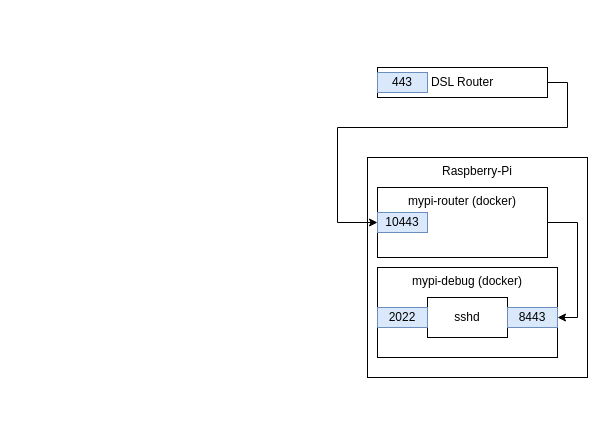
The draw.io diagram docs/mypi-debug.drawio in dueckminor/mypi-tools, before the edit. Source tidied: cells renumbered, new cells numbered last; positions are measured from the earlier drawing's top-left corner, leaving out a move shared by most shapes. Both pictures are drawn from the tidied source at 100%, with x=0, y=0 at pixel (337, 67).
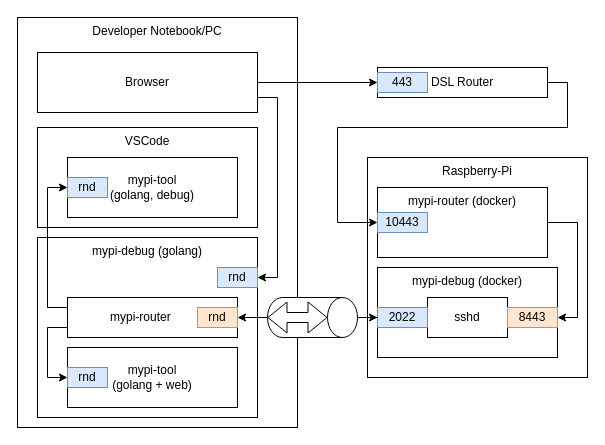
The same diagram, later.

Unchanged cells that the change refers to:
```xml
<mxCell id="9" value="443" style="rounded=0;whiteSpace=wrap;html=1;fillColor=#dae8fc;strokeColor=#6c8ebf;" parent="1" vertex="1">
  <mxGeometry x="40" y="5" width="50" height="20" as="geometry" />
</mxCell>
<mxCell id="11" value="2022" style="rounded=0;whiteSpace=wrap;html=1;fillColor=#dae8fc;strokeColor=#6c8ebf;" parent="1" vertex="1">
  <mxGeometry x="40" y="240" width="50" height="20" as="geometry" />
</mxCell>
```

Change to the diagram source:
```diff
@@
-    <mxCell id="12" value="8443" style="rounded=0;whiteSpace=wrap;html=1;fillColor=#dae8fc;strokeColor=#6c8ebf;" parent="1" vertex="1">
+    <mxCell id="12" value="8443" style="rounded=0;whiteSpace=wrap;html=1;fillColor=#ffe6cc;strokeColor=#d79b00;" parent="1" vertex="1">
       <mxGeometry x="170" y="240" width="50" height="20" as="geometry" />
     </mxCell>
+    <mxCell id="13" value="Developer Notebook/PC" style="rounded=0;whiteSpace=wrap;html=1;verticalAlign=top;" parent="1" vertex="1">
+      <mxGeometry x="-320" y="-50" width="280" height="410" as="geometry" />
+    </mxCell>
+    <mxCell id="14" style="edgeStyle=orthogonalEdgeStyle;rounded=0;jettySize=auto;html=1;exitX=1;exitY=0.5;exitDx=0;exitDy=0;entryX=0;entryY=0.5;entryDx=0;entryDy=0;" parent="1" edge="1" source="16" target="9">
+      <mxGeometry relative="1" as="geometry" />
+    </mxCell>
+    <mxCell id="15" style="edgeStyle=orthogonalEdgeStyle;rounded=0;jettySize=auto;html=1;exitX=1;exitY=0.75;exitDx=0;exitDy=0;entryX=1;entryY=0.5;entryDx=0;entryDy=0;" parent="1" edge="1" source="16" target="23">
+      <mxGeometry relative="1" as="geometry" />
+    </mxCell>
+    <mxCell id="16" value="Browser" style="rounded=0;whiteSpace=wrap;html=1;" parent="1" vertex="1">
+      <mxGeometry x="-300" y="-15" width="220" height="60" as="geometry" />
+    </mxCell>
+    <mxCell id="17" value="mypi-debug (golang)" style="rounded=0;whiteSpace=wrap;html=1;verticalAlign=top;" parent="1" vertex="1">
+      <mxGeometry x="-300" y="170" width="220" height="180" as="geometry" />
+    </mxCell>
+    <mxCell id="18" style="edgeStyle=orthogonalEdgeStyle;rounded=0;jettySize=auto;html=1;exitX=0.5;exitY=0;exitDx=0;exitDy=0;exitPerimeter=0;" parent="1" edge="1" source="20" target="11">
+      <mxGeometry relative="1" as="geometry" />
+    </mxCell>
+    <mxCell id="19" style="edgeStyle=orthogonalEdgeStyle;rounded=0;jettySize=auto;html=1;" parent="1" edge="1" source="20" target="28">
+      <mxGeometry relative="1" as="geometry" />
+    </mxCell>
+    <mxCell id="20" style="shape=cylinder3;whiteSpace=wrap;html=1;boundedLbl=1;backgroundOutline=1;size=15;rotation=90;" parent="1" vertex="1">
+      <mxGeometry x="-45" y="205" width="40" height="90" as="geometry" />
+    </mxCell>
+    <mxCell id="21" style="shape=flexArrow;endArrow=classic;startArrow=classic;html=1;rounded=0;" parent="1" edge="1">
+      <mxGeometry relative="1" as="geometry">
+        <mxPoint x="-70" y="250" as="sourcePoint" />
+        <mxPoint x="-10" y="250" as="targetPoint" />
+      </mxGeometry>
+    </mxCell>
+    <mxCell id="22" value="VSCode" style="rounded=0;whiteSpace=wrap;html=1;verticalAlign=top;" parent="1" vertex="1">
+      <mxGeometry x="-300" y="60" width="220" height="100" as="geometry" />
+    </mxCell>
+    <mxCell id="23" value="rnd" style="rounded=0;whiteSpace=wrap;html=1;fillColor=#dae8fc;strokeColor=#6c8ebf;" parent="1" vertex="1">
+      <mxGeometry x="-120" y="200" width="40" height="20" as="geometry" />
+    </mxCell>
+    <mxCell id="24" value="mypi-tool&lt;br&gt;(golang, debug)" style="rounded=0;whiteSpace=wrap;html=1;" parent="1" vertex="1">
+      <mxGeometry x="-270" y="90" width="170" height="60" as="geometry" />
+    </mxCell>
+    <mxCell id="25" style="edgeStyle=orthogonalEdgeStyle;rounded=0;jettySize=auto;html=1;exitX=0;exitY=0.25;exitDx=0;exitDy=0;entryX=0;entryY=0.5;entryDx=0;entryDy=0;" parent="1" edge="1" source="27" target="30">
+      <mxGeometry relative="1" as="geometry" />
+    </mxCell>
+    <mxCell id="26" style="edgeStyle=orthogonalEdgeStyle;rounded=0;jettySize=auto;html=1;exitX=0;exitY=0.75;exitDx=0;exitDy=0;entryX=0;entryY=0.5;entryDx=0;entryDy=0;" parent="1" edge="1" source="27" target="31">
+      <mxGeometry relative="1" as="geometry" />
+    </mxCell>
+    <mxCell id="27" value="mypi-router&amp;nbsp; &amp;nbsp; &amp;nbsp; &amp;nbsp;" style="rounded=0;whiteSpace=wrap;html=1;" parent="1" vertex="1">
+      <mxGeometry x="-270" y="230" width="170" height="40" as="geometry" />
+    </mxCell>
+    <mxCell id="28" value="rnd" style="rounded=0;whiteSpace=wrap;html=1;fillColor=#ffe6cc;strokeColor=#d79b00;" parent="1" vertex="1">
+      <mxGeometry x="-140" y="240" width="40" height="20" as="geometry" />
+    </mxCell>
+    <mxCell id="29" value="mypi-tool&lt;br&gt;(golang + web)" style="rounded=0;whiteSpace=wrap;html=1;" parent="1" vertex="1">
+      <mxGeometry x="-270" y="280" width="170" height="60" as="geometry" />
+    </mxCell>
+    <mxCell id="30" value="rnd" style="rounded=0;whiteSpace=wrap;html=1;fillColor=#dae8fc;strokeColor=#6c8ebf;" parent="1" vertex="1">
+      <mxGeometry x="-270" y="110" width="40" height="20" as="geometry" />
+    </mxCell>
+    <mxCell id="31" value="rnd" style="rounded=0;whiteSpace=wrap;html=1;fillColor=#dae8fc;strokeColor=#6c8ebf;" parent="1" vertex="1">
+      <mxGeometry x="-270" y="300" width="40" height="20" as="geometry" />
+    </mxCell>
```
